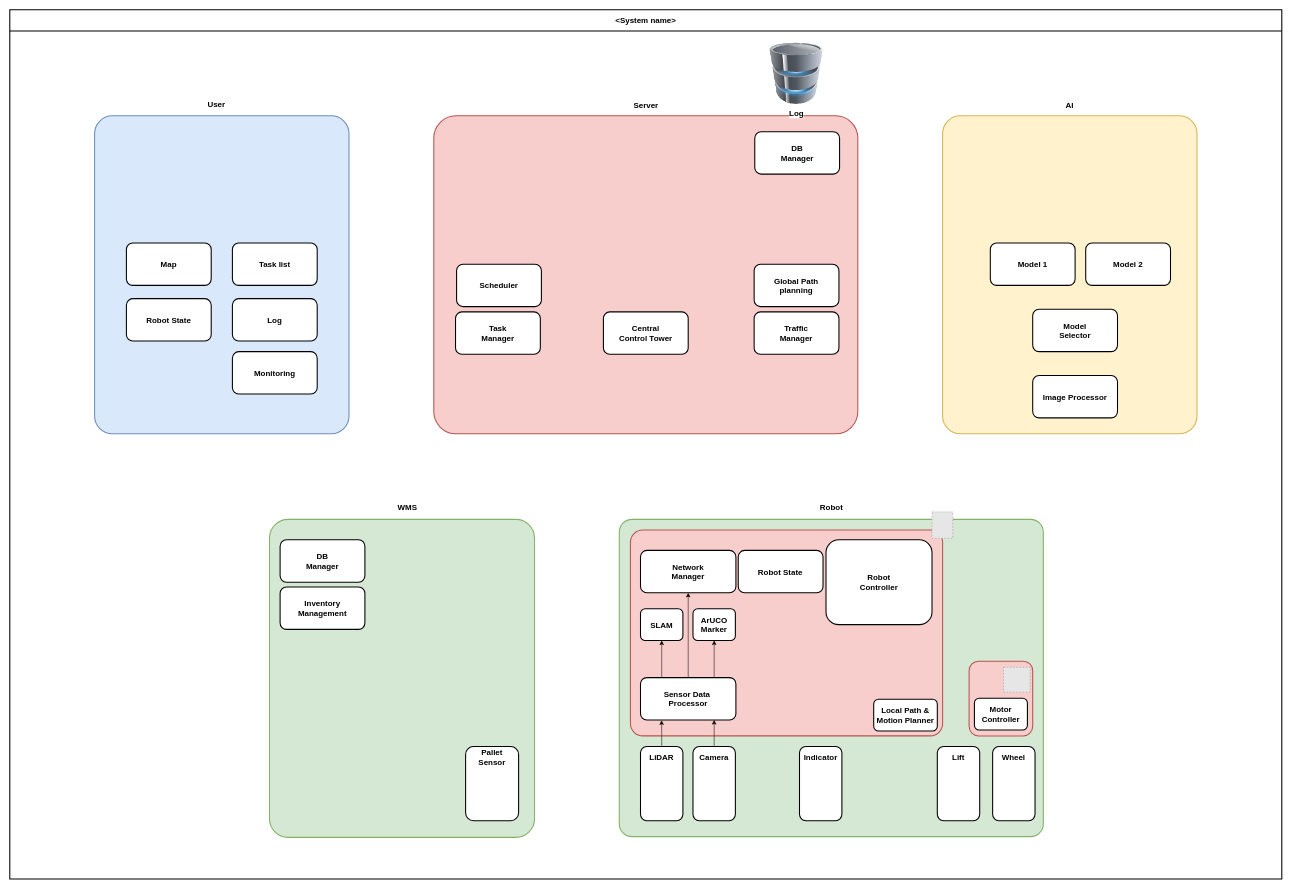
Earlier version of the draw.io diagram diagram/System_Diagram.drawio (addinedu-ros-5th/ros-repo-1). Source tidied: cells renumbered, new cells numbered last; positions are measured from the earlier drawing's top-left corner, leaving out a move shared by most shapes. Both pictures are drawn from the tidied source at 53%, with x=0, y=0 at pixel (10, 10). Pictures stored in the file or linked from it are replaced by grey dashed boxes.
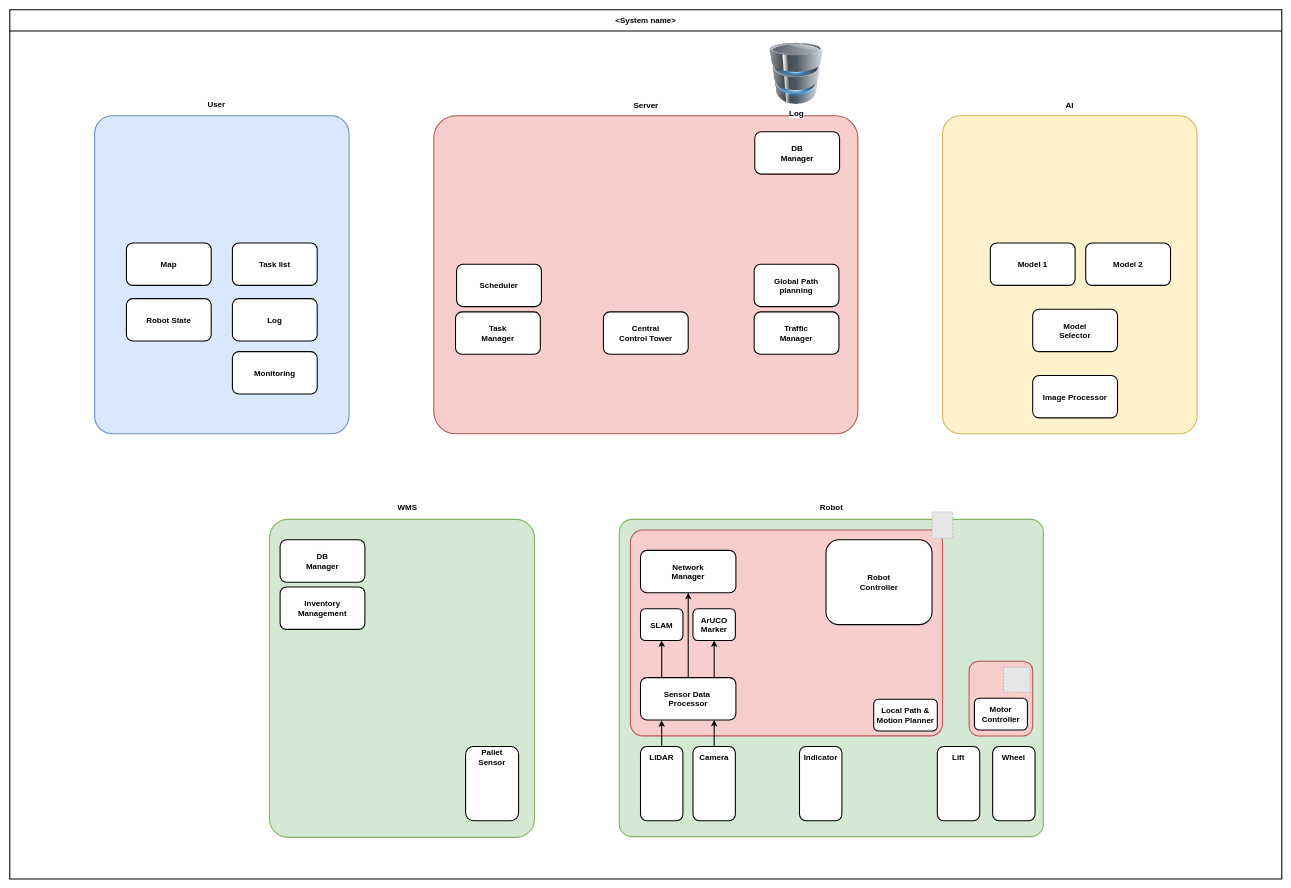
The same diagram, later.

The change refers to these unchanged cells:
```xml
<mxCell id="2" value="&lt;font style=&quot;font-size: 15px;&quot;&gt;&amp;lt;System name&amp;gt;&lt;/font&gt;" style="swimlane;whiteSpace=wrap;html=1;startSize=40;fontSize=15;strokeWidth=2;" parent="1" vertex="1">
  <mxGeometry width="2400" height="1640" as="geometry" />
</mxCell>
<mxCell id="13" value="&lt;span style=&quot;font-size: 15px;&quot;&gt;&lt;b style=&quot;font-size: 15px;&quot;&gt;SLAM&lt;/b&gt;&lt;/span&gt;" style="rounded=1;whiteSpace=wrap;html=1;fontSize=15;strokeWidth=2;" parent="2" vertex="1">
  <mxGeometry x="1190" y="1130" width="80" height="60" as="geometry" />
</mxCell>
<mxCell id="18" value="&lt;span style=&quot;font-size: 15px;&quot;&gt;&lt;b style=&quot;font-size: 15px;&quot;&gt;ArUCO Marker&lt;/b&gt;&lt;/span&gt;" style="rounded=1;whiteSpace=wrap;html=1;fontSize=15;strokeWidth=2;" parent="2" vertex="1">
  <mxGeometry x="1289" y="1130" width="80" height="60" as="geometry" />
</mxCell>
<mxCell id="23" value="&lt;div&gt;&lt;b&gt;Sensor Data&amp;nbsp;&lt;/b&gt;&lt;/div&gt;&lt;div&gt;&lt;b&gt;Processor&lt;/b&gt;&lt;/div&gt;" style="rounded=1;whiteSpace=wrap;html=1;fontSize=15;strokeWidth=2;" parent="2" vertex="1">
  <mxGeometry x="1190" y="1260" width="180" height="80" as="geometry" />
</mxCell>
<mxCell id="48" style="rounded=1;whiteSpace=wrap;html=1;fontSize=15;strokeWidth=2;" parent="47" vertex="1">
  <mxGeometry width="80" height="140" as="geometry" />
</mxCell>
<mxCell id="51" style="rounded=1;whiteSpace=wrap;html=1;fontSize=15;strokeWidth=2;" parent="50" vertex="1">
  <mxGeometry width="80" height="140" as="geometry" />
</mxCell>
<mxCell id="56" value="&lt;b&gt;Network&lt;/b&gt;&lt;br&gt;&lt;div style=&quot;font-size: 15px;&quot;&gt;&lt;b style=&quot;forced-color-adjust: none; color: rgb(0, 0, 0); font-family: Helvetica; font-size: 15px; font-style: normal; font-variant-ligatures: normal; font-variant-caps: normal; letter-spacing: normal; orphans: 2; text-align: center; text-indent: 0px; text-transform: none; widows: 2; word-spacing: 0px; -webkit-text-stroke-width: 0px; white-space: normal; background-color: rgb(251, 251, 251); text-decoration-thickness: initial; text-decoration-style: initial; text-decoration-color: initial;&quot;&gt;Manager&lt;/b&gt;&lt;/div&gt;" style="rounded=1;whiteSpace=wrap;html=1;fontSize=15;strokeWidth=2;" parent="2" vertex="1">
  <mxGeometry x="1190" y="1020" width="180" height="80" as="geometry" />
</mxCell>
```

The edit, as a diff of the source:
```diff
@@
-    <mxCell id="20" style="edgeStyle=orthogonalEdgeStyle;rounded=0;jettySize=auto;html=1;" parent="2" edge="1" source="23" target="56">
+    <mxCell id="20" style="edgeStyle=orthogonalEdgeStyle;rounded=0;jettySize=auto;html=1;strokeWidth=2;" parent="2" edge="1" source="23" target="56">
       <mxGeometry relative="1" as="geometry" />
     </mxCell>
-    <mxCell id="21" style="edgeStyle=orthogonalEdgeStyle;rounded=0;jettySize=auto;html=1;entryX=0.5;entryY=1;entryDx=0;entryDy=0;" parent="2" edge="1" source="23" target="13">
+    <mxCell id="21" style="edgeStyle=orthogonalEdgeStyle;rounded=0;jettySize=auto;html=1;entryX=0.5;entryY=1;entryDx=0;entryDy=0;strokeWidth=2;" parent="2" edge="1" source="23" target="13">
       <mxGeometry relative="1" as="geometry">
         <Array as="points">
           <mxPoint x="1230" y="1240" />
           <mxPoint x="1230" y="1240" />
         </Array>
       </mxGeometry>
     </mxCell>
-    <mxCell id="22" style="edgeStyle=orthogonalEdgeStyle;rounded=0;jettySize=auto;html=1;" parent="2" edge="1" source="23" target="18">
+    <mxCell id="22" style="edgeStyle=orthogonalEdgeStyle;rounded=0;jettySize=auto;html=1;strokeWidth=2;" parent="2" edge="1" source="23" target="18">
       <mxGeometry relative="1" as="geometry">
         <Array as="points">
           <mxPoint x="1329" y="1240" />
           <mxPoint x="1329" y="1240" />
         </Array>
       </mxGeometry>
     </mxCell>
@@
-    <mxCell id="60" style="edgeStyle=orthogonalEdgeStyle;rounded=0;jettySize=auto;html=1;" parent="2" edge="1" source="51">
+    <mxCell id="60" style="edgeStyle=orthogonalEdgeStyle;rounded=0;jettySize=auto;html=1;strokeWidth=2;" parent="2" edge="1" source="51">
       <mxGeometry relative="1" as="geometry">
         <mxPoint x="1329" y="1340" as="targetPoint" />
         <Array as="points">
           <mxPoint x="1329" y="1340" />
         </Array>
       </mxGeometry>
     </mxCell>
@@
-    <mxCell id="64" value="&lt;b&gt;Robot State&lt;/b&gt;" style="rounded=1;whiteSpace=wrap;html=1;fontSize=15;strokeWidth=2;" parent="2" vertex="1">
-      <mxGeometry x="1374.4" y="1020" width="160" height="80" as="geometry" />
-    </mxCell>
-    <mxCell id="65" style="edgeStyle=orthogonalEdgeStyle;rounded=0;jettySize=auto;html=1;entryX=0.221;entryY=1.007;entryDx=0;entryDy=0;entryPerimeter=0;" parent="2" edge="1" source="48" target="23">
+    <mxCell id="65" style="edgeStyle=orthogonalEdgeStyle;rounded=0;jettySize=auto;html=1;entryX=0.221;entryY=1.007;entryDx=0;entryDy=0;entryPerimeter=0;strokeWidth=2;" parent="2" edge="1" source="48" target="23">
       <mxGeometry relative="1" as="geometry" />
     </mxCell>
```
